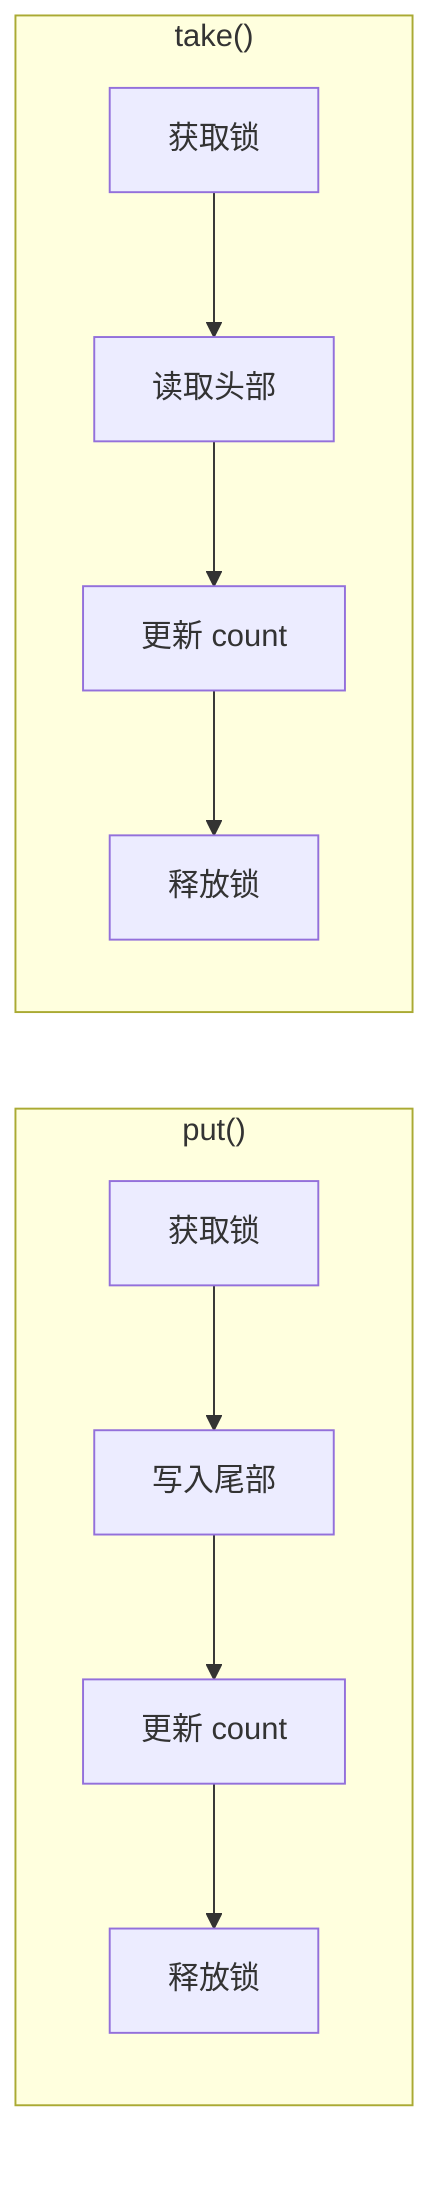
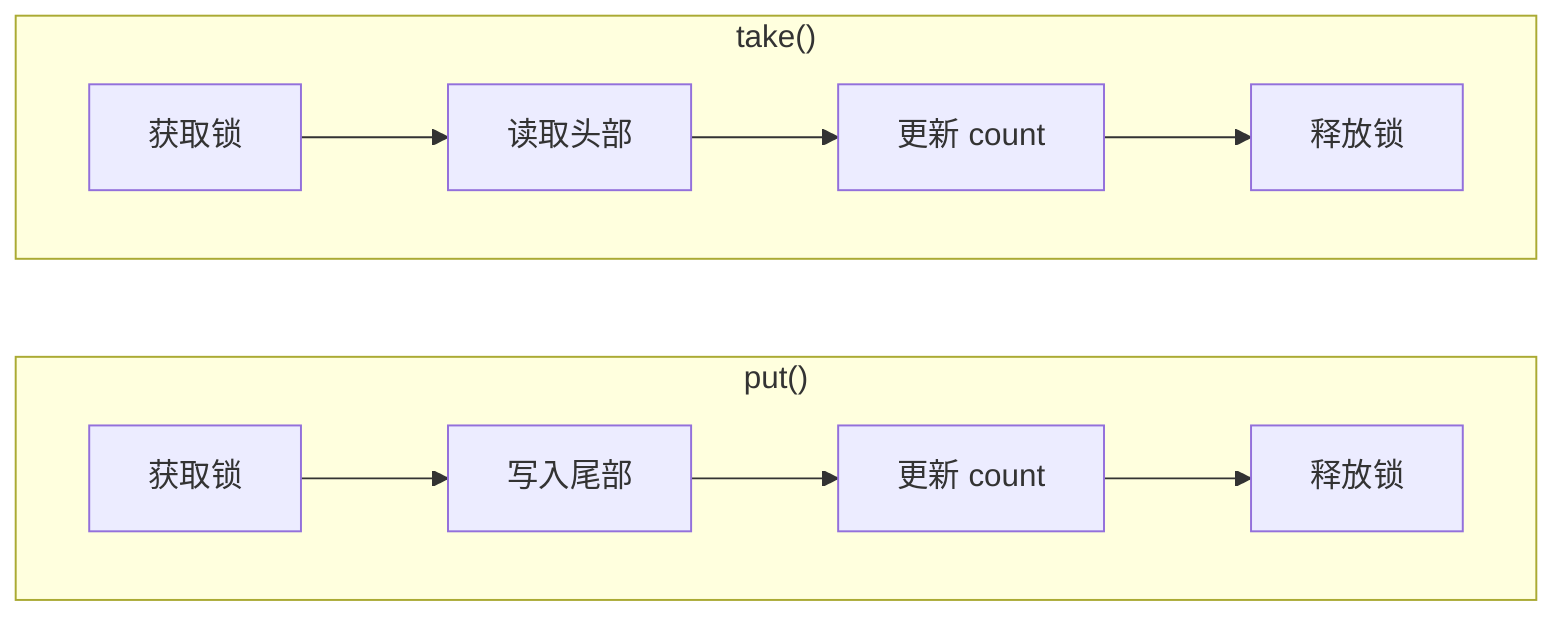
flowchart LR
    subgraph put["put()"]
-         direction TB
+         direction LR
        p1["获取锁"] --> p2["写入尾部"] --> p3["更新 count"] --> p4["释放锁"]
    end
    subgraph take["take()"]
-         direction TB
+         direction LR
        t1["获取锁"] --> t2["读取头部"] --> t3["更新 count"] --> t4["释放锁"]
    end